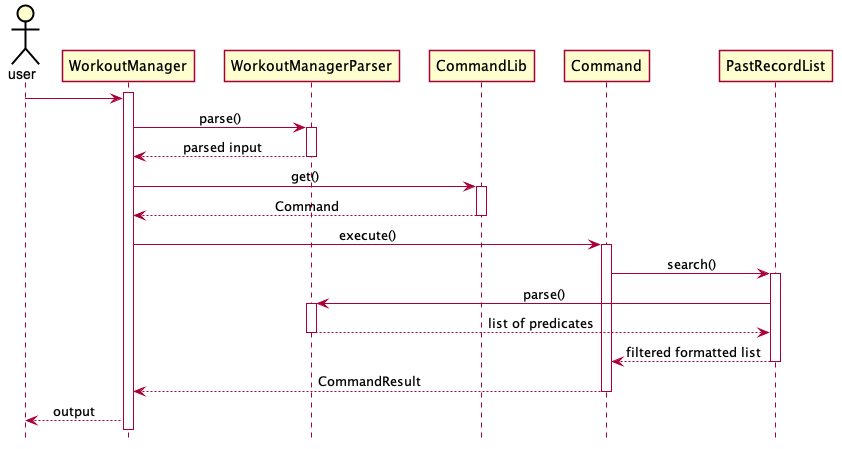
The PlantUML diagram docs/pictures/zesong/SearchWS.png in zsk612/tp, before a commit.
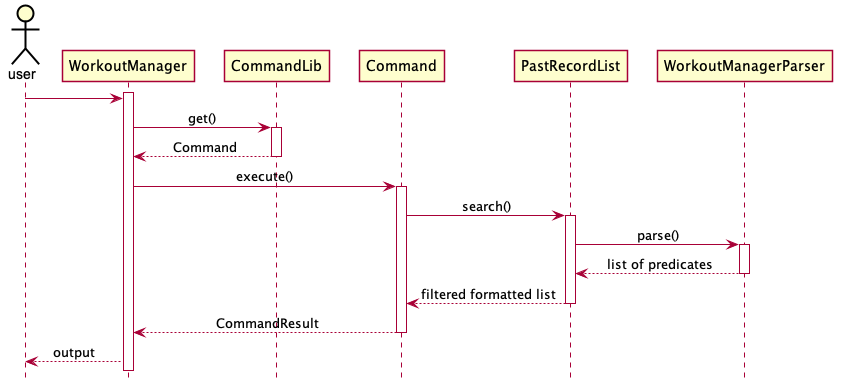
The same file after the commit.

What changed in the source:
```diff
@@ -43,10 +43,6 @@
 actor user
 activate WorkoutManager
 user -> WorkoutManager
-WorkoutManager -> WorkoutManagerParser : parse()
-activate WorkoutManagerParser
-WorkoutManagerParser --> WorkoutManager : parsed input
-deactivate WorkoutManagerParser
 
 WorkoutManager -> CommandLib : get()
 activate CommandLib
```
